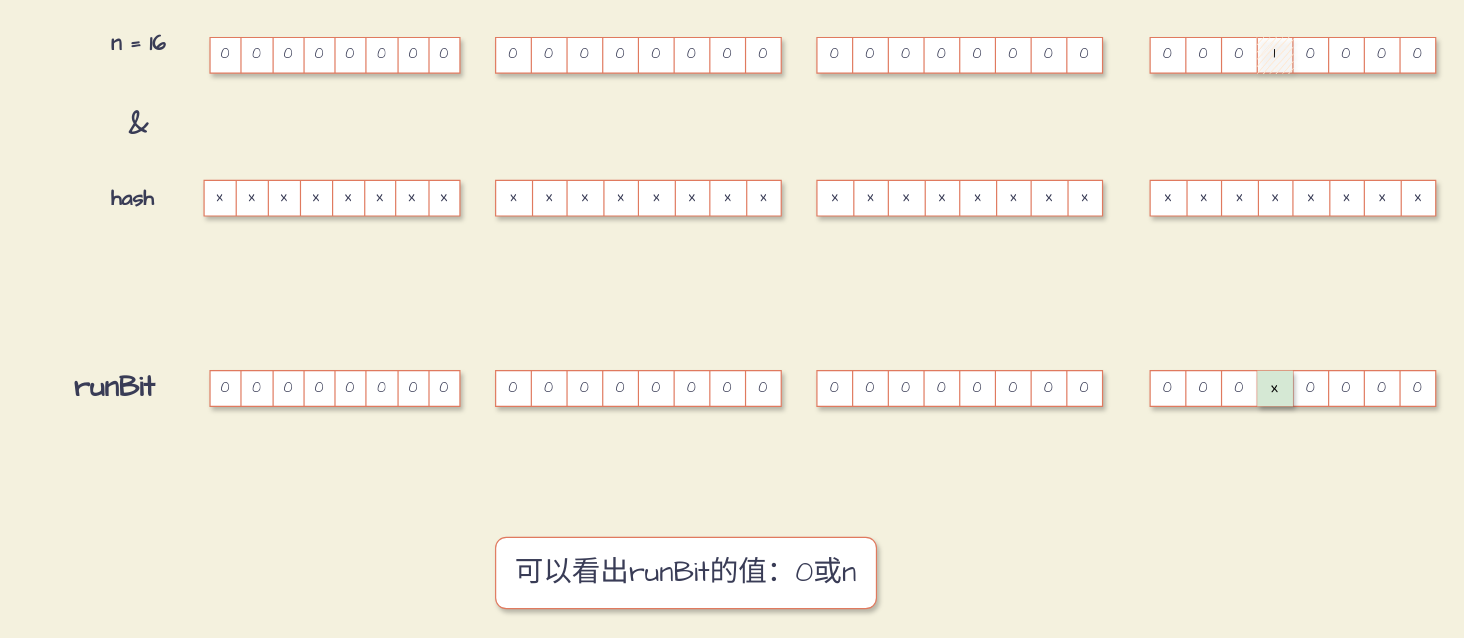
Before: page "下标 （二）" (6 of 10) of thread/扩容.drawio in mydlxy/draw, a draw.io diagram. Source tidied: cells renumbered, new cells numbered last; positions are measured from the earlier drawing's top-left corner, leaving out a move shared by most shapes. Both pictures are drawn from the tidied source at 119%, with x=0, y=0 at pixel (25, 25).
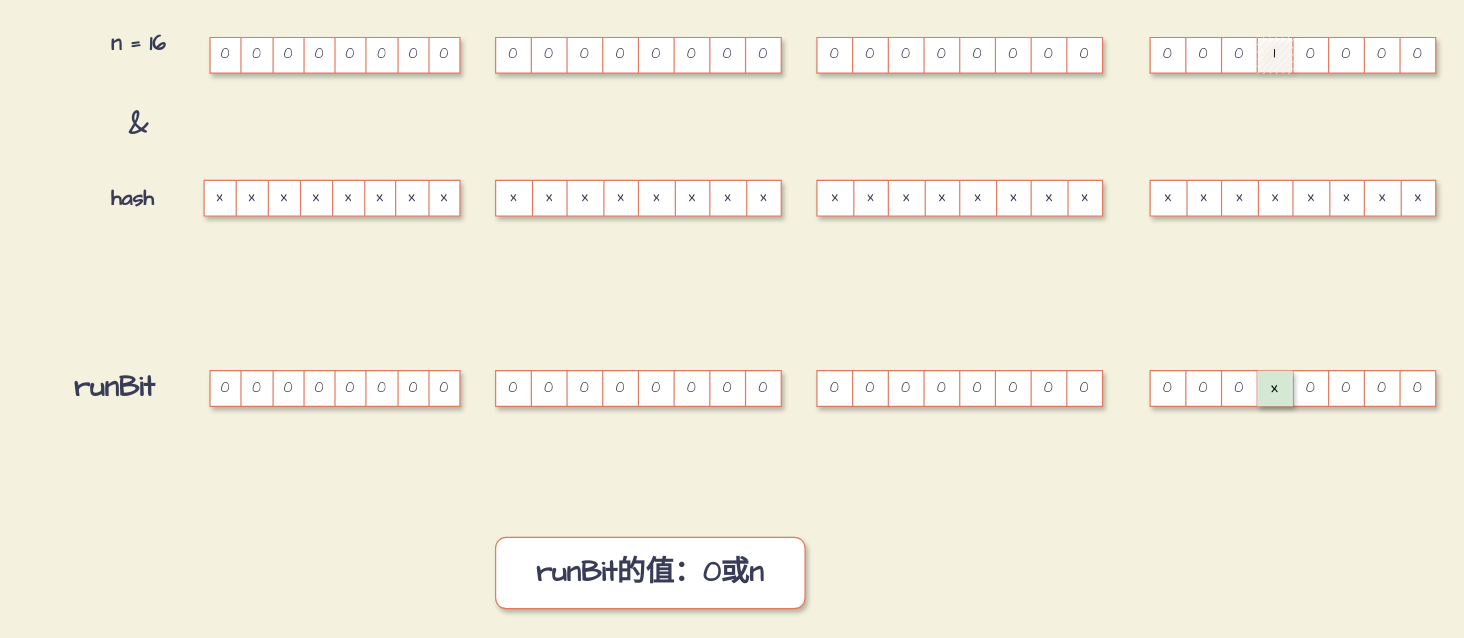
Above is the later version.

Change to the diagram source:
```diff
@@
-    <mxCell id="126" value="可以看出runBit的值：0或n" style="rounded=1;whiteSpace=wrap;html=1;shadow=1;sketch=0;fontFamily=Comic Sans MS;fontSize=24;fontColor=#393C56;strokeColor=#E07A5F;fillColor=#FFFFFF;" parent="1" vertex="1">
-      <mxGeometry x="395" y="430" width="320" height="60" as="geometry" />
+    <mxCell id="126" value="&lt;b&gt;runBit的值：0或n&lt;/b&gt;" style="rounded=1;whiteSpace=wrap;html=1;shadow=1;sketch=0;fontFamily=Comic Sans MS;fontSize=24;fontColor=#393C56;strokeColor=#E07A5F;fillColor=#FFFFFF;" parent="1" vertex="1">
+      <mxGeometry x="395" y="430" width="260" height="60" as="geometry" />
     </mxCell>
```
